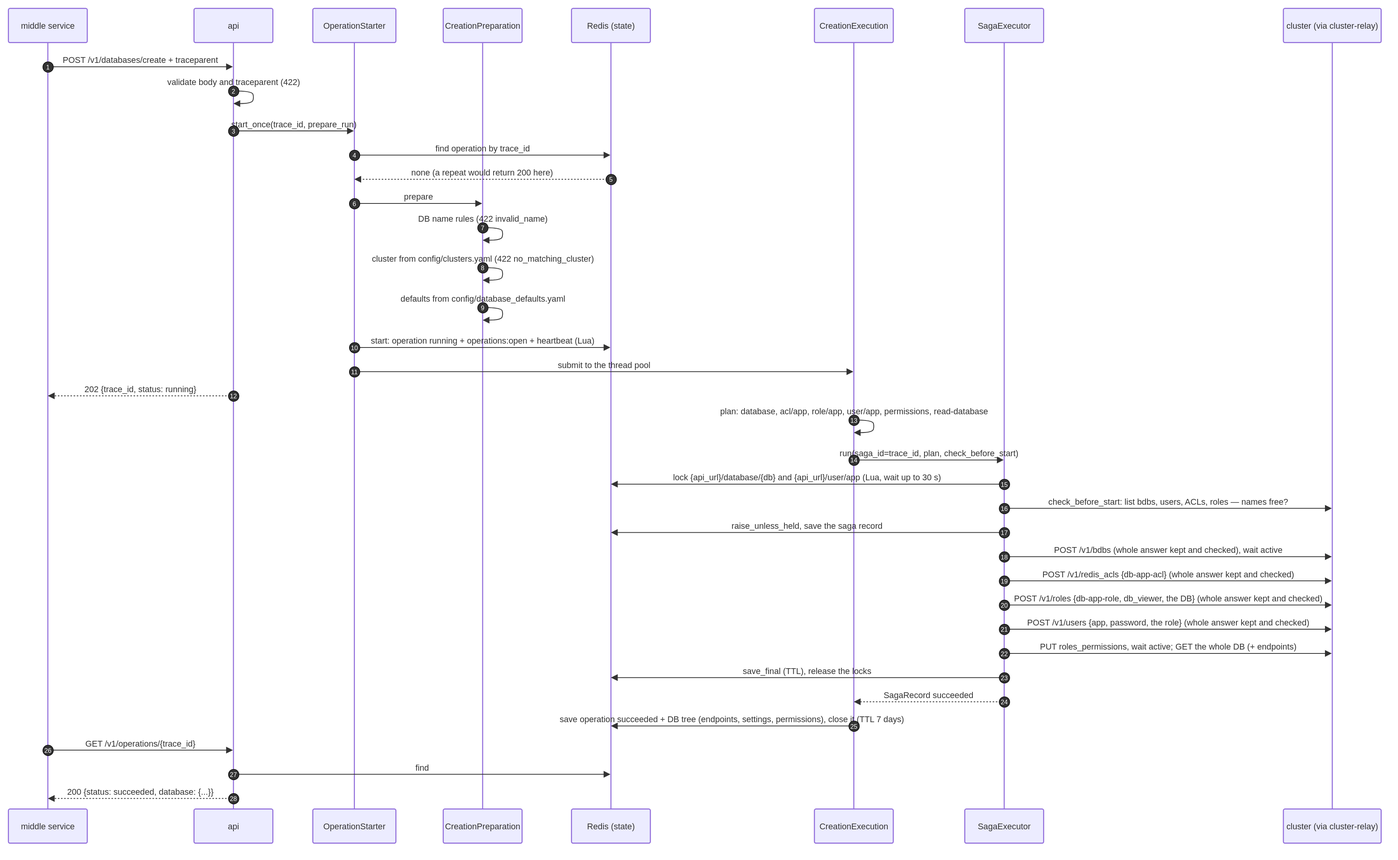
EliShteinman/redis-enterprise-services keeps this draw.io diagram as docs/diagrams/10-seq-create-single-site.drawio.svg. Above is the earlier version. Source tidied: cells renumbered, new cells last; positions are measured from the earlier drawing's top-left corner, leaving out a move shared by most shapes.
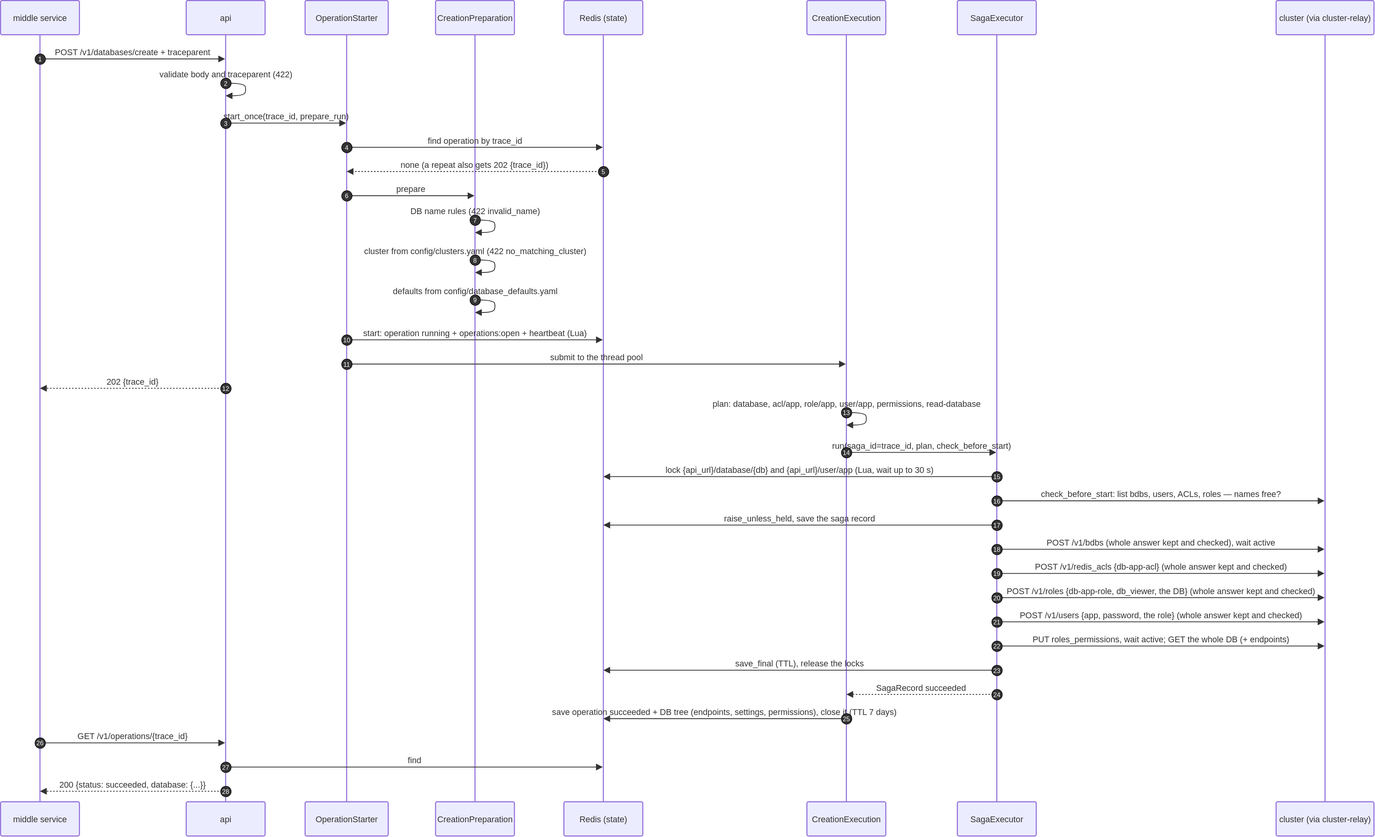
After the change.

Commit message:
docs: the create command answers 202 with the trace id only; state comes from the status query

What changed in the source:
```diff
@@ -71,7 +71,7 @@
     <mxCell id="18" value="4" style="ellipse;fillColor=light-dark(#333333,#cccccc);align=center;verticalAlign=middle;fontColor=light-dark(#FFFFFF,#333333);fontSize=12;" parent="1" vertex="1">
       <mxGeometry x="648" y="269" width="20" height="20" as="geometry" />
     </mxCell>
-    <mxCell id="19" value="none (a repeat would return 200 here)" style="dashed=1;fixDash=1;dashPattern=3 3;endArrow=block;endSize=9;verticalAlign=bottom;spacingBottom=2;edgeStyle=sequenceEdgeStyle;libavoidRouting=0;curved=0;rounded=0;fontSize=16;labelBackgroundColor=none;strokeWidth=1.5;strokeColor=light-dark(#333333,#cccccc);fontColor=light-dark(#333333,#cccccc);fontFamily=Trebuchet MS,Verdana,Arial,sans-serif;" parent="1" edge="1" source="6" target="4">
+    <mxCell id="19" value="none (a repeat also gets 202 {trace_id})" style="dashed=1;fixDash=1;dashPattern=3 3;endArrow=block;endSize=9;verticalAlign=bottom;spacingBottom=2;edgeStyle=sequenceEdgeStyle;libavoidRouting=0;curved=0;rounded=0;fontSize=16;labelBackgroundColor=none;strokeWidth=1.5;strokeColor=light-dark(#333333,#cccccc);fontColor=light-dark(#333333,#cccccc);fontFamily=Trebuchet MS,Verdana,Arial,sans-serif;" parent="1" edge="1" source="6" target="4">
       <mxGeometry relative="1" as="geometry">
         <Array as="points">
           <mxPoint x="902" y="325" />
@@ -156,7 +156,7 @@
     <mxCell id="35" value="11" style="ellipse;fillColor=light-dark(#333333,#cccccc);align=center;verticalAlign=middle;fontColor=light-dark(#FFFFFF,#333333);fontSize=12;" parent="1" vertex="1">
       <mxGeometry x="648" y="681" width="20" height="20" as="geometry" />
     </mxCell>
-    <mxCell id="36" value="202 {trace_id, status: running}" style="dashed=1;fixDash=1;dashPattern=3 3;endArrow=block;endSize=9;verticalAlign=bottom;spacingBottom=2;edgeStyle=sequenceEdgeStyle;libavoidRouting=0;curved=0;rounded=0;fontSize=16;labelBackgroundColor=none;strokeWidth=1.5;strokeColor=light-dark(#333333,#cccccc);fontColor=light-dark(#333333,#cccccc);fontFamily=Trebuchet MS,Verdana,Arial,sans-serif;" parent="1" edge="1" source="3" target="2">
+    <mxCell id="36" value="202 {trace_id}" style="dashed=1;fixDash=1;dashPattern=3 3;endArrow=block;endSize=9;verticalAlign=bottom;spacingBottom=2;edgeStyle=sequenceEdgeStyle;libavoidRouting=0;curved=0;rounded=0;fontSize=16;labelBackgroundColor=none;strokeWidth=1.5;strokeColor=light-dark(#333333,#cccccc);fontColor=light-dark(#333333,#cccccc);fontFamily=Trebuchet MS,Verdana,Arial,sans-serif;" parent="1" edge="1" source="3" target="2">
       <mxGeometry relative="1" as="geometry">
         <Array as="points">
           <mxPoint x="252" y="737" />
```
